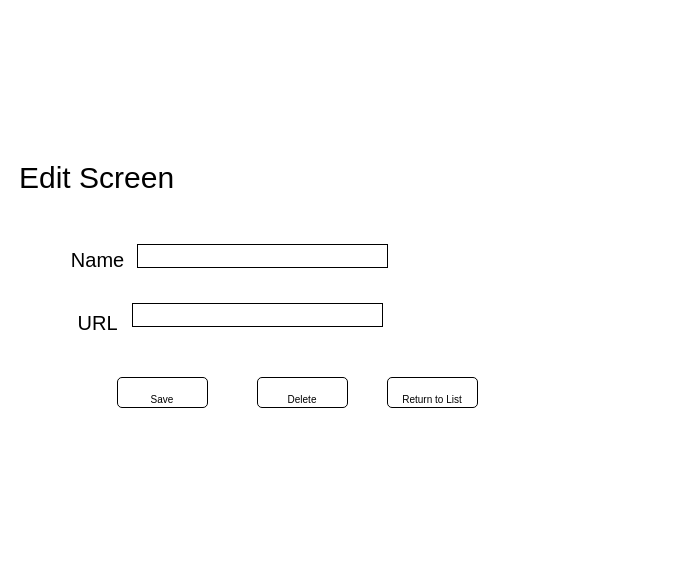
This is markdown_images/drawio/mockup-edit.drawio from ethanstrominger/EventFinderDemo, a draw.io file, before an edit. Source tidied: cells renumbered, new cells numbered last; positions are measured from the earlier drawing's top-left corner, leaving out a move shared by most shapes. Both pictures are drawn from the tidied source at 100%, with x=0, y=0 at pixel (17, 157).
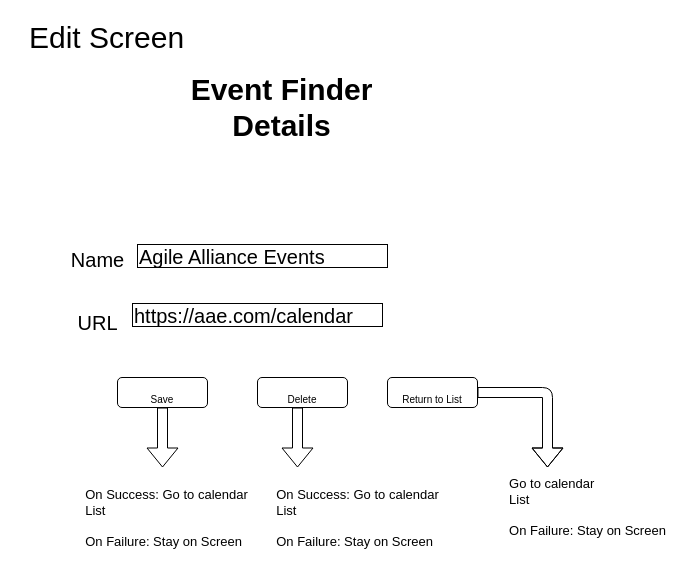
After the change.

The change refers to these unchanged cells:
```xml
<mxCell id="7" value="&lt;font size=&quot;1&quot;&gt;Save&lt;/font&gt;" style="rounded=1;whiteSpace=wrap;html=1;strokeColor=#000000;fontSize=30;" parent="1" vertex="1">
  <mxGeometry x="100" y="220" width="90" height="30" as="geometry" />
</mxCell>
<mxCell id="9" value="&lt;font size=&quot;1&quot;&gt;Return to List&lt;/font&gt;" style="rounded=1;whiteSpace=wrap;html=1;strokeColor=#000000;fontSize=30;" parent="1" vertex="1">
  <mxGeometry x="370" y="220" width="90" height="30" as="geometry" />
</mxCell>
```

The edit, as a diff of the source:
```diff
@@
-    <mxCell id="3" style="rounded=0;whiteSpace=wrap;html=1;fontSize=20;" parent="1" vertex="1">
+    <mxCell id="3" value="Agile Alliance Events" style="rounded=0;whiteSpace=wrap;html=1;fontSize=20;align=left;" parent="1" vertex="1">
       <mxGeometry x="120" y="87" width="250" height="23" as="geometry" />
     </mxCell>
@@
-    <mxCell id="5" style="rounded=0;whiteSpace=wrap;html=1;fontSize=20;" parent="1" vertex="1">
+    <mxCell id="5" value="https://aae.com/calendar" style="rounded=0;whiteSpace=wrap;html=1;fontSize=20;align=left;" parent="1" vertex="1">
       <mxGeometry x="115" y="146" width="250" height="23" as="geometry" />
     </mxCell>
-    <mxCell id="6" value="Edit Screen" style="text;html=1;align=left;verticalAlign=middle;fontSize=30;" parent="1" vertex="1">
-      <mxGeometry width="170" height="40" as="geometry" />
-    </mxCell>
@@
+    <mxCell id="10" value="Event Finder&lt;br&gt;Details" style="text;html=1;align=center;verticalAlign=middle;fontStyle=1;fontSize=30;" parent="1" vertex="1">
+      <mxGeometry x="164" y="-90" width="200" height="80" as="geometry" />
+    </mxCell>
+    <mxCell id="6" value="Edit Screen" style="text;html=1;align=left;verticalAlign=middle;fontSize=30;" parent="1" vertex="1">
+      <mxGeometry x="10" y="-140" width="170" height="40" as="geometry" />
+    </mxCell>
+    <mxCell id="11" style="shape=flexArrow;endArrow=classic;html=1;exitX=0.5;exitY=1;exitDx=0;exitDy=0;" parent="1" edge="1" source="7">
+      <mxGeometry relative="1" as="geometry">
+        <mxPoint x="145" y="310" as="targetPoint" />
+      </mxGeometry>
+    </mxCell>
+    <mxCell id="12" value="&lt;div style=&quot;text-align: left ; font-size: 13px&quot;&gt;&lt;font style=&quot;font-size: 13px&quot;&gt;On Success: Go to calendar&lt;/font&gt;&lt;/div&gt;&lt;div style=&quot;text-align: left ; font-size: 13px&quot;&gt;&lt;font style=&quot;font-size: 13px&quot;&gt;List&lt;/font&gt;&lt;/div&gt;&lt;div style=&quot;text-align: left ; font-size: 13px&quot;&gt;&lt;font style=&quot;font-size: 13px&quot;&gt;&lt;br&gt;&lt;/font&gt;&lt;/div&gt;&lt;div style=&quot;text-align: left ; font-size: 13px&quot;&gt;&lt;font style=&quot;font-size: 13px&quot;&gt;On Failure: Stay on Screen&lt;/font&gt;&lt;/div&gt;" style="text;html=1;align=center;verticalAlign=middle;" parent="1" vertex="1">
+      <mxGeometry x="59" y="331" width="180" height="60" as="geometry" />
+    </mxCell>
+    <mxCell id="13" value="&lt;div style=&quot;text-align: left ; font-size: 13px&quot;&gt;&lt;font style=&quot;font-size: 13px&quot;&gt;On Success: Go to calendar&lt;/font&gt;&lt;/div&gt;&lt;div style=&quot;text-align: left ; font-size: 13px&quot;&gt;&lt;font style=&quot;font-size: 13px&quot;&gt;List&lt;/font&gt;&lt;/div&gt;&lt;div style=&quot;text-align: left ; font-size: 13px&quot;&gt;&lt;font style=&quot;font-size: 13px&quot;&gt;&lt;br&gt;&lt;/font&gt;&lt;/div&gt;&lt;div style=&quot;text-align: left ; font-size: 13px&quot;&gt;&lt;font style=&quot;font-size: 13px&quot;&gt;On Failure: Stay on Screen&lt;/font&gt;&lt;/div&gt;" style="text;html=1;align=center;verticalAlign=middle;" parent="1" vertex="1">
+      <mxGeometry x="250" y="331" width="180" height="60" as="geometry" />
+    </mxCell>
+    <mxCell id="14" style="shape=flexArrow;endArrow=classic;html=1;exitX=0.5;exitY=1;exitDx=0;exitDy=0;" parent="1" edge="1">
+      <mxGeometry relative="1" as="geometry">
+        <mxPoint x="280" y="250" as="sourcePoint" />
+        <mxPoint x="280" y="310" as="targetPoint" />
+      </mxGeometry>
+    </mxCell>
+    <mxCell id="15" style="shape=flexArrow;endArrow=classic;html=1;exitX=1;exitY=0.5;exitDx=0;exitDy=0;" parent="1" edge="1" source="9">
+      <mxGeometry relative="1" as="geometry">
+        <mxPoint x="530" y="310" as="targetPoint" />
+        <Array as="points">
+          <mxPoint x="530" y="235" />
+        </Array>
+      </mxGeometry>
+    </mxCell>
+    <mxCell id="16" value="&lt;div style=&quot;text-align: left ; font-size: 13px&quot;&gt;&lt;font style=&quot;font-size: 13px&quot;&gt;Go to calendar&lt;/font&gt;&lt;/div&gt;&lt;div style=&quot;text-align: left ; font-size: 13px&quot;&gt;&lt;font style=&quot;font-size: 13px&quot;&gt;List&lt;/font&gt;&lt;/div&gt;&lt;div style=&quot;text-align: left ; font-size: 13px&quot;&gt;&lt;font style=&quot;font-size: 13px&quot;&gt;&lt;br&gt;&lt;/font&gt;&lt;/div&gt;&lt;div style=&quot;text-align: left ; font-size: 13px&quot;&gt;&lt;font style=&quot;font-size: 13px&quot;&gt;On Failure: Stay on Screen&lt;/font&gt;&lt;/div&gt;" style="text;html=1;align=center;verticalAlign=middle;" parent="1" vertex="1">
+      <mxGeometry x="485" y="320" width="170" height="60" as="geometry" />
+    </mxCell>
```
